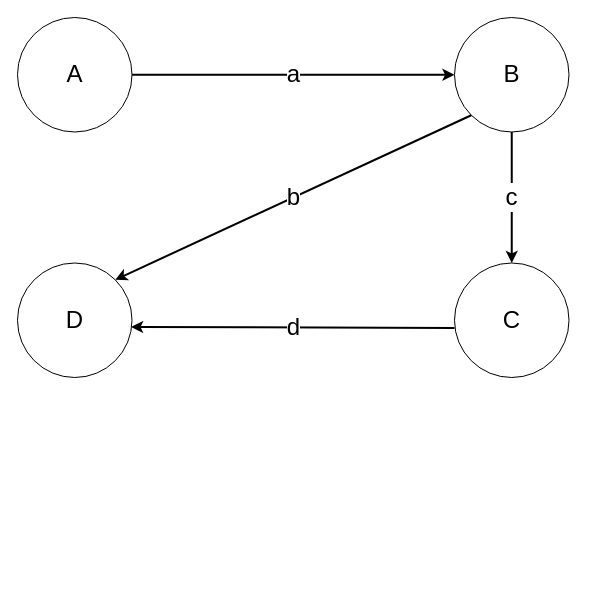
This is thesisdrawing.drawio from olliglorioso/datasets, a draw.io file, before an edit. Source tidied: cells renumbered, new cells numbered last; positions are measured from the earlier drawing's top-left corner, leaving out a move shared by most shapes. Both pictures are drawn from the tidied source at 100%, with x=0, y=0 at pixel (17, 17).
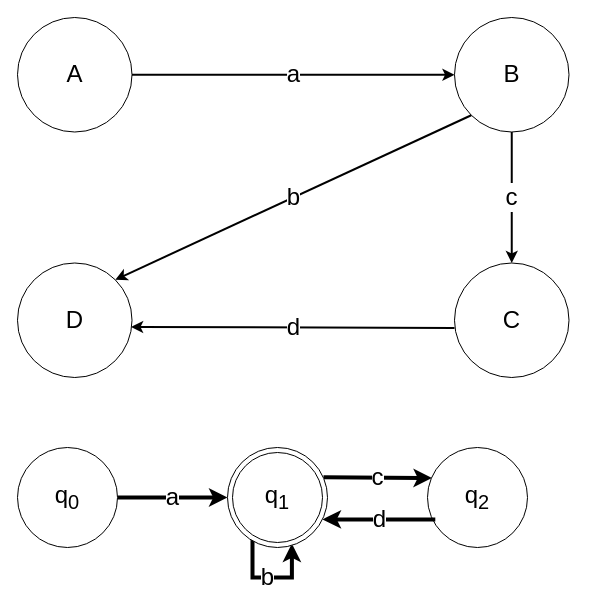
After the change.

What changed in the source:
```diff
@@
+    <mxCell id="11" value="&lt;font style=&quot;font-size: 24px;&quot;&gt;a&lt;/font&gt;" style="edgeStyle=orthogonalEdgeStyle;rounded=0;jettySize=auto;html=1;exitX=1;exitY=0.5;exitDx=0;exitDy=0;entryX=0;entryY=0.5;entryDx=0;entryDy=0;strokeWidth=4;" parent="1" edge="1" source="12" target="17">
+      <mxGeometry relative="1" as="geometry" />
+    </mxCell>
+    <mxCell id="12" value="&lt;span style=&quot;font-size: 24px;&quot;&gt;q&lt;sub&gt;0&lt;/sub&gt;&lt;/span&gt;" style="ellipse;whiteSpace=wrap;html=1;" parent="1" vertex="1">
+      <mxGeometry y="430" width="100" height="100" as="geometry" />
+    </mxCell>
+    <mxCell id="13" value="&lt;font style=&quot;font-size: 24px;&quot;&gt;b&lt;/font&gt;" style="edgeStyle=orthogonalEdgeStyle;rounded=0;jettySize=auto;html=1;strokeWidth=4;exitX=0.644;exitY=0.961;exitDx=0;exitDy=0;exitPerimeter=0;endArrow=none;endFill=0;startArrow=classic;startFill=1;" parent="1" edge="1" source="17" target="18">
+      <mxGeometry relative="1" as="geometry">
+        <Array as="points">
+          <mxPoint x="274" y="560" />
+          <mxPoint x="235" y="560" />
+        </Array>
+      </mxGeometry>
+    </mxCell>
+    <mxCell id="14" value="&lt;span style=&quot;font-size: 24px;&quot;&gt;q&lt;sub&gt;2&lt;/sub&gt;&lt;/span&gt;" style="ellipse;whiteSpace=wrap;html=1;" parent="1" vertex="1">
+      <mxGeometry x="410" y="430" width="100" height="100" as="geometry" />
+    </mxCell>
+    <mxCell id="15" value="&lt;font style=&quot;font-size: 24px;&quot;&gt;c&lt;/font&gt;" style="edgeStyle=orthogonalEdgeStyle;rounded=0;jettySize=auto;html=1;strokeWidth=4;entryX=0.045;entryY=0.306;entryDx=0;entryDy=0;entryPerimeter=0;exitX=0.96;exitY=0.297;exitDx=0;exitDy=0;exitPerimeter=0;" parent="1" edge="1" source="17" target="14">
+      <mxGeometry relative="1" as="geometry">
+        <Array as="points">
+          <mxPoint x="307" y="460" />
+        </Array>
+      </mxGeometry>
+    </mxCell>
+    <mxCell id="16" value="&lt;font style=&quot;font-size: 24px;&quot;&gt;d&lt;/font&gt;" style="edgeStyle=orthogonalEdgeStyle;rounded=0;jettySize=auto;html=1;strokeWidth=4;entryX=0.033;entryY=0.719;entryDx=0;entryDy=0;entryPerimeter=0;exitX=0.95;exitY=0.719;exitDx=0;exitDy=0;exitPerimeter=0;endArrow=none;endFill=0;startArrow=classic;startFill=1;" parent="1" edge="1" source="17">
+      <mxGeometry relative="1" as="geometry">
+        <mxPoint x="417.8" y="501.9" as="targetPoint" />
+      </mxGeometry>
+    </mxCell>
+    <mxCell id="17" value="&lt;span style=&quot;font-size: 24px;&quot;&gt;q&lt;sub&gt;1&lt;/sub&gt;&lt;/span&gt;" style="ellipse;whiteSpace=wrap;html=1;strokeColor=default;strokeWidth=1;" parent="1" vertex="1">
+      <mxGeometry x="210" y="430" width="100" height="100" as="geometry" />
+    </mxCell>
+    <mxCell id="18" style="ellipse;whiteSpace=wrap;html=1;fillColor=none;" parent="1" vertex="1">
+      <mxGeometry x="215" y="435" width="90" height="90" as="geometry" />
+    </mxCell>
```
